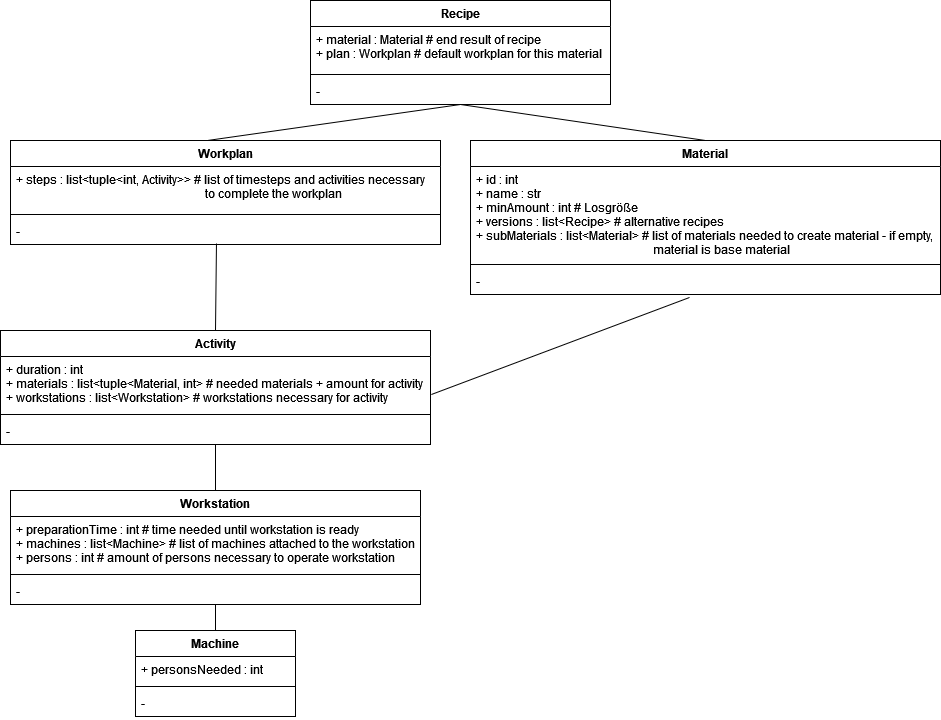
Before: UML.png, a diagram exported from draw.io (dhutter-fhv/proTask-modelling). Source tidied: cells renumbered, new cells last; positions are measured from the earlier drawing's top-left corner, leaving out a move shared by most shapes.
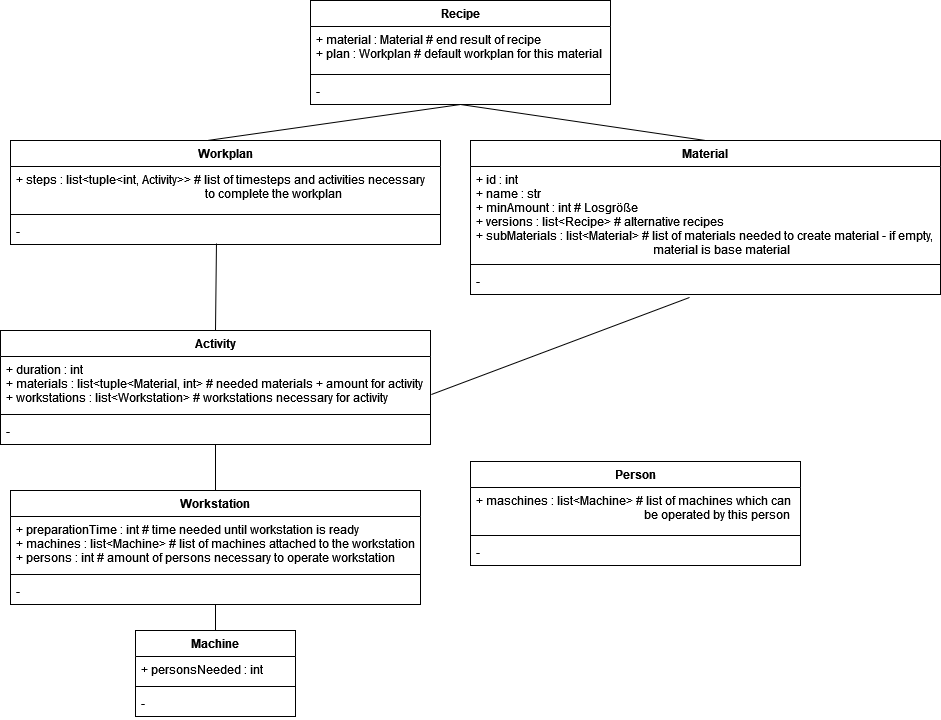
The same diagram one commit later.

Commit message:
added person - no connections yet

The edit, as a diff of the source:
```diff
@@ -92,5 +92,17 @@
     <mxCell id="31" style="endArrow=none;html=1;rounded=0;entryX=0.5;entryY=1;entryDx=0;entryDy=0;exitX=0.5;exitY=0;exitDx=0;exitDy=0;" parent="1" edge="1" source="10" target="6">
       <mxGeometry relative="1" as="geometry" />
     </mxCell>
+    <mxCell id="32" value="Person" style="swimlane;fontStyle=1;align=center;verticalAlign=top;horizontal=1;startSize=26;" parent="1" vertex="1">
+      <mxGeometry x="470" y="461" width="330" height="104" as="geometry" />
+    </mxCell>
+    <mxCell id="33" value="+ maschines : list&lt;Machine&gt; # list of machines which can &#10;                                                        be operated by this person" style="text;strokeColor=none;fillColor=none;align=left;verticalAlign=top;spacingLeft=4;spacingRight=4;overflow=hidden;" parent="32" vertex="1">
+      <mxGeometry y="26" width="330" height="44" as="geometry" />
+    </mxCell>
+    <mxCell id="34" style="line;strokeWidth=1;fillColor=none;align=left;verticalAlign=middle;spacingTop=-1;spacingLeft=3;spacingRight=3;labelPosition=right;" parent="32" vertex="1">
+      <mxGeometry y="70" width="330" height="8" as="geometry" />
+    </mxCell>
+    <mxCell id="35" value="-" style="text;strokeColor=none;fillColor=none;align=left;verticalAlign=top;spacingLeft=4;spacingRight=4;overflow=hidden;" parent="32" vertex="1">
+      <mxGeometry y="78" width="330" height="26" as="geometry" />
+    </mxCell>
   </root>
 </mxGraphModel>
```
